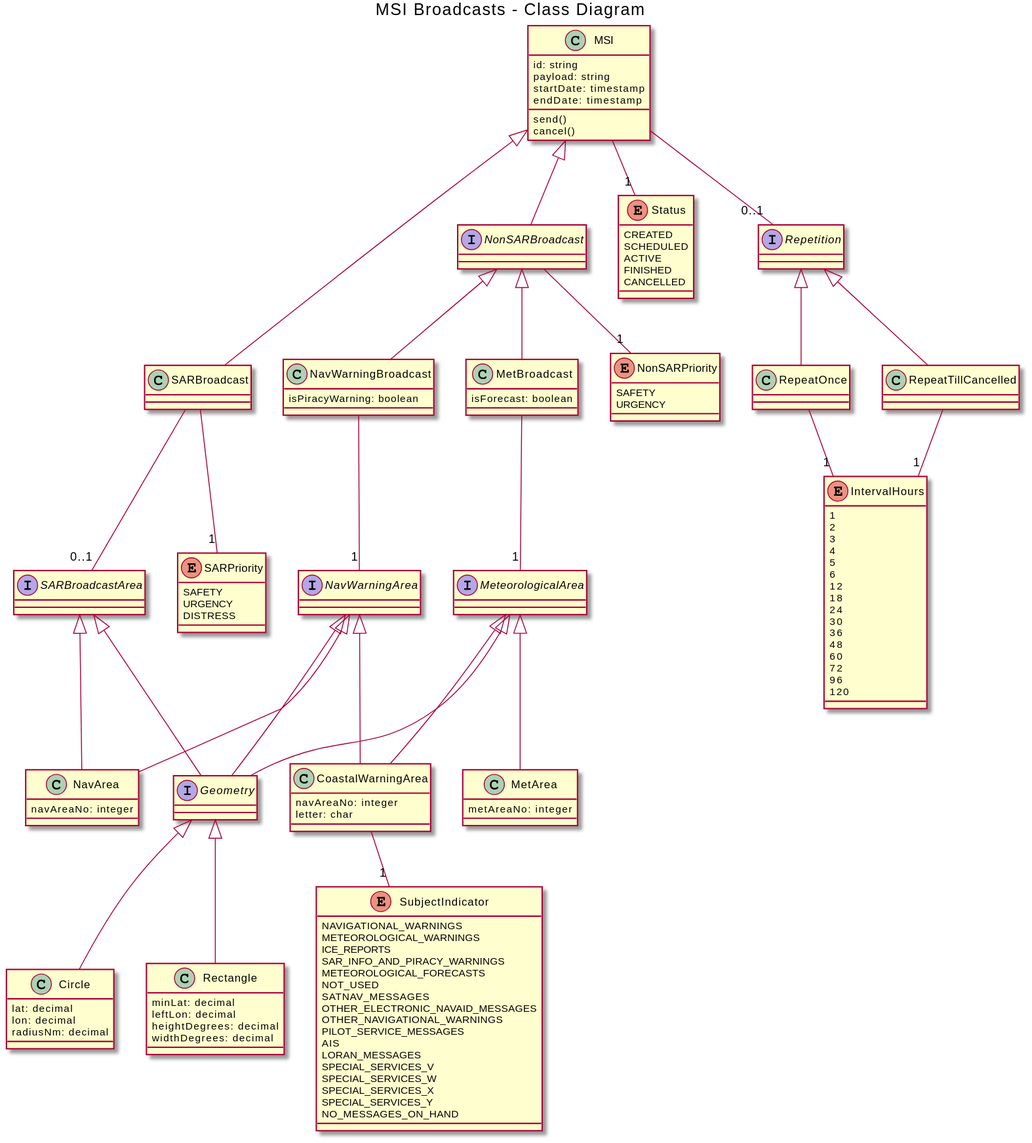
The PlantUML diagram msi-class-diagram.svg in amsa-code/egc-api, before a commit. Source of this version:
```plantuml
@startuml
title MSI Broadcasts - Class Diagram

class MSI {
  id: string
  payload: string
  startDate: timestamp
  endDate: timestamp
  send()
  cancel()
}

class SARBroadcast
interface NonSARBroadcast
class MetBroadcast {
  isForecast: boolean
}
class NavWarningBroadcast {
  isPiracyWarning: boolean
}

enum SARPriority {
  SAFETY
  URGENCY
  DISTRESS
}
enum NonSARPriority {
  SAFETY
  URGENCY
}
enum Status {
  CREATED
  SCHEDULED
  ACTIVE
  FINISHED
  CANCELLED
}
enum IntervalHours {
  1
  2
  3
  4
  5
  6
  12
  18
  24
  30
  36
  48
  60
  72
  96
  120
}

interface Repetition
class RepeatOnce
class RepeatTillCancelled

MSI -- "0..1" Repetition
Repetition <|-- RepeatOnce
Repetition <|-- RepeatTillCancelled
RepeatOnce -- "1" IntervalHours
RepeatTillCancelled  -- "1" IntervalHours

class MetArea {
  metAreaNo: integer
}
class NavArea {
  navAreaNo: integer
}
class CoastalWarningArea {
  navAreaNo: integer
  letter: char
}

enum SubjectIndicator {
  NAVIGATIONAL_WARNINGS
  METEOROLOGICAL_WARNINGS
  ICE_REPORTS
  SAR_INFO_AND_PIRACY_WARNINGS
  METEOROLOGICAL_FORECASTS
  NOT_USED
  SATNAV_MESSAGES
  OTHER_ELECTRONIC_NAVAID_MESSAGES
  OTHER_NAVIGATIONAL_WARNINGS
  PILOT_SERVICE_MESSAGES
  AIS
  LORAN_MESSAGES
  SPECIAL_SERVICES_V
  SPECIAL_SERVICES_W
  SPECIAL_SERVICES_X
  SPECIAL_SERVICES_Y
  NO_MESSAGES_ON_HAND
}
CoastalWarningArea -- "1" SubjectIndicator

interface SARBroadcastArea

class Circle {
  lat: decimal
  lon: decimal
  radiusNm: decimal
}
class Rectangle {
  minLat: decimal
  leftLon: decimal
  heightDegrees: decimal
  widthDegrees: decimal
}
interface Geometry
interface NavWarningArea
interface MeteorologicalArea

Geometry <|-- Circle
Geometry <|-- Rectangle

NavWarningArea <|-- NavArea
NavWarningArea <|-- CoastalWarningArea
NavWarningArea <|-- Geometry

MeteorologicalArea <|-- Geometry
MeteorologicalArea <|-- CoastalWarningArea
MeteorologicalArea <|-- MetArea

SARBroadcastArea <|-- Geometry
SARBroadcastArea <|-- NavArea

MSI <|-- SARBroadcast
MSI <|-- NonSARBroadcast
NonSARBroadcast <|-- MetBroadcast
NonSARBroadcast <|-- NavWarningBroadcast

SARBroadcast  -- "0..1" SARBroadcastArea
MetBroadcast  -- "1" MeteorologicalArea
NavWarningBroadcast  -- "1" NavWarningArea

NonSARBroadcast -- "1" NonSARPriority
SARBroadcast -- "1" SARPriority
MSI -- "1" Status
@enduml
```
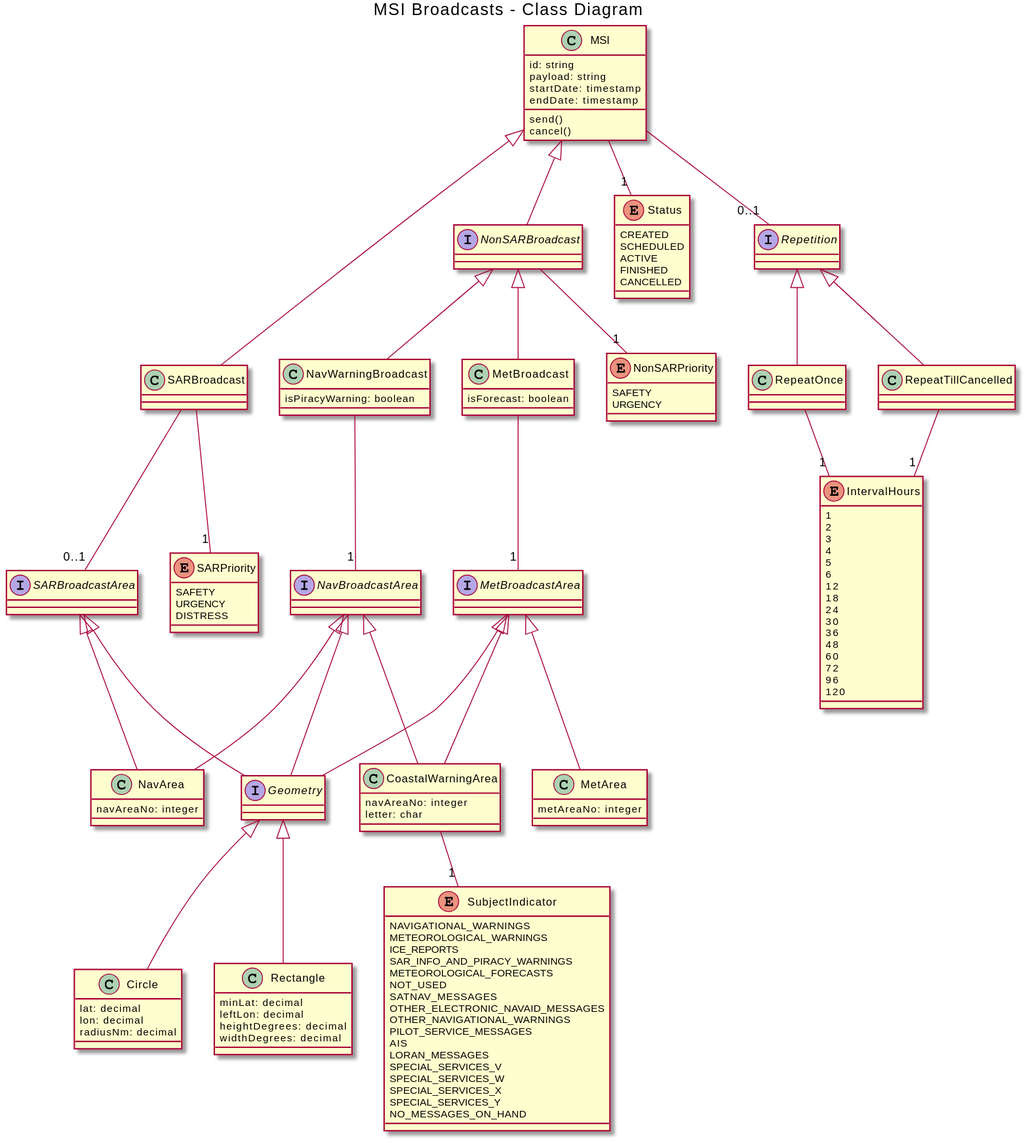
After the commit.

Diff of the diagram source:
```diff
@@ -110,19 +110,19 @@
   widthDegrees: decimal
 }
 interface Geometry
-interface NavWarningArea
-interface MeteorologicalArea
+interface NavBroadcastArea
+interface MetBroadcastArea
 
 Geometry <|-- Circle
 Geometry <|-- Rectangle
 
-NavWarningArea <|-- NavArea
-NavWarningArea <|-- CoastalWarningArea
-NavWarningArea <|-- Geometry
+NavBroadcastArea <|-- NavArea
+NavBroadcastArea <|-- CoastalWarningArea
+NavBroadcastArea <|-- Geometry
 
-MeteorologicalArea <|-- Geometry
-MeteorologicalArea <|-- CoastalWarningArea
-MeteorologicalArea <|-- MetArea
+MetBroadcastArea <|-- Geometry
+MetBroadcastArea <|-- CoastalWarningArea
+MetBroadcastArea <|-- MetArea
 
 SARBroadcastArea <|-- Geometry
 SARBroadcastArea <|-- NavArea
@@ -133,8 +133,8 @@
 NonSARBroadcast <|-- NavWarningBroadcast
 
 SARBroadcast  -- "0..1" SARBroadcastArea
-MetBroadcast  -- "1" MeteorologicalArea
-NavWarningBroadcast  -- "1" NavWarningArea
+MetBroadcast  -- "1" MetBroadcastArea
+NavWarningBroadcast  -- "1" NavBroadcastArea
 
 NonSARBroadcast -- "1" NonSARPriority
 SARBroadcast -- "1" SARPriority
```
